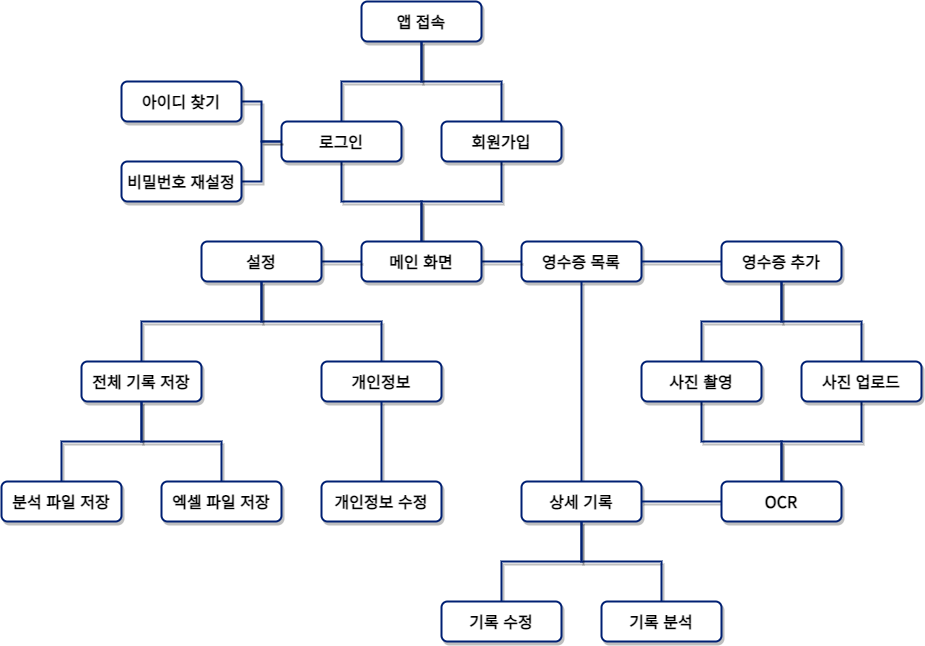
The draw.io diagram imgs/flow.png in Receipt-Information-Parser/Service, before a commit. Source tidied: cells renumbered, new cells last; positions are measured from the earlier drawing's top-left corner, leaving out a move shared by most shapes.
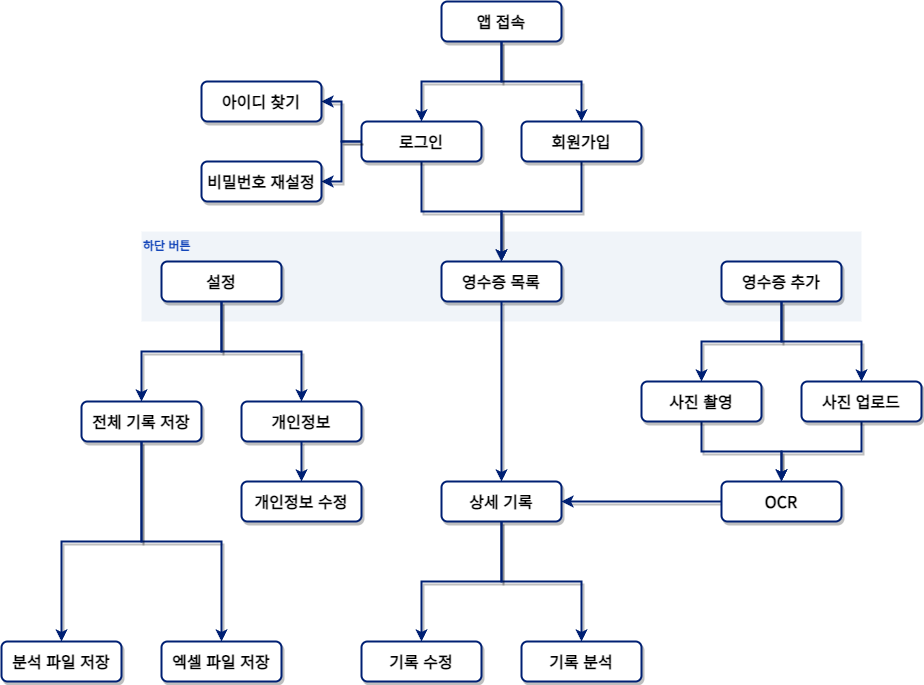
Above is the later version.

Commit message:
fix(properties): update flow images

Diff of the diagram source:
```diff
@@ -2,131 +2,125 @@
   <root>
     <mxCell id="0" />
     <mxCell id="1" parent="0" />
+    <mxCell id="44" style="rounded=0;whiteSpace=wrap;html=1;fillColor=#f0f4f9;strokeColor=none;" parent="1" vertex="1">
+      <mxGeometry x="60" y="230" width="720" height="90" as="geometry" />
+    </mxCell>
     <mxCell id="2" value="&lt;b&gt;&lt;font face=&quot;Noto Sans KR&quot; style=&quot;font-size: 16px;&quot;&gt;앱 접속&lt;/font&gt;&lt;/b&gt;" style="rounded=1;whiteSpace=wrap;html=1;strokeWidth=2;strokeColor=#002073;shadow=1;labelBackgroundColor=default;" parent="1" vertex="1">
       <mxGeometry x="360" width="120" height="40" as="geometry" />
     </mxCell>
-    <mxCell id="3" style="edgeStyle=orthogonalEdgeStyle;rounded=0;jettySize=auto;html=1;endArrow=none;endFill=0;strokeWidth=2;strokeColor=#002073;shadow=1;labelBackgroundColor=default;" parent="1" edge="1" source="5" target="2">
+    <mxCell id="3" style="edgeStyle=orthogonalEdgeStyle;rounded=0;jettySize=auto;html=1;endArrow=none;endFill=0;strokeWidth=2;strokeColor=#002073;shadow=1;labelBackgroundColor=default;startArrow=classic;startFill=1;" parent="1" edge="1" source="5" target="2">
       <mxGeometry relative="1" as="geometry" />
     </mxCell>
-    <mxCell id="4" style="edgeStyle=orthogonalEdgeStyle;rounded=0;jettySize=auto;html=1;endArrow=none;endFill=0;strokeWidth=2;strokeColor=#002073;shadow=1;labelBackgroundColor=default;" parent="1" edge="1" source="5" target="27">
+    <mxCell id="4" style="edgeStyle=orthogonalEdgeStyle;rounded=0;jettySize=auto;html=1;endArrow=classic;endFill=1;strokeWidth=2;strokeColor=#002073;shadow=1;labelBackgroundColor=default;entryX=0.5;entryY=0;entryDx=0;entryDy=0;" parent="1" edge="1" source="5" target="9">
       <mxGeometry relative="1" as="geometry" />
     </mxCell>
     <mxCell id="5" value="&lt;b&gt;&lt;font face=&quot;Noto Sans KR&quot; style=&quot;font-size: 16px;&quot;&gt;회원가입&lt;/font&gt;&lt;/b&gt;" style="rounded=1;whiteSpace=wrap;html=1;strokeWidth=2;strokeColor=#002073;shadow=1;labelBackgroundColor=default;" parent="1" vertex="1">
       <mxGeometry x="440" y="120" width="120" height="40" as="geometry" />
     </mxCell>
-    <mxCell id="6" style="edgeStyle=orthogonalEdgeStyle;rounded=0;jettySize=auto;html=1;endArrow=none;endFill=0;strokeWidth=2;strokeColor=#002073;shadow=1;labelBackgroundColor=default;" parent="1" edge="1" source="8" target="2">
+    <mxCell id="6" style="edgeStyle=orthogonalEdgeStyle;rounded=0;jettySize=auto;html=1;endArrow=none;endFill=0;strokeWidth=2;strokeColor=#002073;shadow=1;labelBackgroundColor=default;startArrow=classic;startFill=1;" parent="1" edge="1" source="8" target="2">
       <mxGeometry relative="1" as="geometry" />
     </mxCell>
-    <mxCell id="7" style="edgeStyle=orthogonalEdgeStyle;rounded=0;jettySize=auto;html=1;endArrow=none;endFill=0;strokeWidth=2;strokeColor=#002073;shadow=1;labelBackgroundColor=default;" parent="1" edge="1" source="8" target="27">
+    <mxCell id="7" style="edgeStyle=orthogonalEdgeStyle;rounded=0;jettySize=auto;html=1;endArrow=classic;endFill=1;strokeWidth=2;strokeColor=#002073;shadow=1;labelBackgroundColor=default;" parent="1" edge="1" source="8" target="9">
       <mxGeometry relative="1" as="geometry" />
     </mxCell>
     <mxCell id="8" value="&lt;b&gt;&lt;font face=&quot;Noto Sans KR&quot; style=&quot;font-size: 16px;&quot;&gt;로그인&lt;/font&gt;&lt;/b&gt;" style="rounded=1;whiteSpace=wrap;html=1;strokeWidth=2;strokeColor=#002073;shadow=1;labelBackgroundColor=default;" parent="1" vertex="1">
       <mxGeometry x="280" y="120" width="120" height="40" as="geometry" />
     </mxCell>
     <mxCell id="9" value="&lt;font face=&quot;Noto Sans KR&quot;&gt;&lt;span style=&quot;font-size: 16px;&quot;&gt;&lt;b&gt;영수증 목록&lt;/b&gt;&lt;/span&gt;&lt;/font&gt;" style="rounded=1;whiteSpace=wrap;html=1;strokeWidth=2;strokeColor=#002073;shadow=1;labelBackgroundColor=default;" parent="1" vertex="1">
-      <mxGeometry x="520" y="240" width="120" height="40" as="geometry" />
+      <mxGeometry x="360" y="260" width="120" height="40" as="geometry" />
     </mxCell>
-    <mxCell id="10" style="edgeStyle=orthogonalEdgeStyle;rounded=0;jettySize=auto;html=1;endArrow=none;endFill=0;strokeWidth=2;strokeColor=#002073;shadow=1;labelBackgroundColor=default;" parent="1" edge="1" source="11" target="9">
-      <mxGeometry relative="1" as="geometry" />
-    </mxCell>
     <mxCell id="11" value="&lt;font face=&quot;Noto Sans KR&quot;&gt;&lt;span style=&quot;font-size: 16px;&quot;&gt;&lt;b&gt;영수증 추가&lt;/b&gt;&lt;/span&gt;&lt;/font&gt;" style="rounded=1;whiteSpace=wrap;html=1;strokeWidth=2;strokeColor=#002073;shadow=1;labelBackgroundColor=default;" parent="1" vertex="1">
-      <mxGeometry x="720" y="240" width="120" height="40" as="geometry" />
+      <mxGeometry x="640" y="260" width="120" height="40" as="geometry" />
     </mxCell>
-    <mxCell id="12" style="edgeStyle=orthogonalEdgeStyle;rounded=0;jettySize=auto;html=1;endArrow=none;endFill=0;strokeWidth=2;strokeColor=#002073;shadow=1;labelBackgroundColor=default;" parent="1" edge="1" source="13" target="9">
+    <mxCell id="12" style="edgeStyle=orthogonalEdgeStyle;rounded=0;jettySize=auto;html=1;endArrow=none;endFill=0;strokeWidth=2;strokeColor=#002073;shadow=1;labelBackgroundColor=default;startArrow=classic;startFill=1;" parent="1" edge="1" source="13" target="9">
       <mxGeometry relative="1" as="geometry" />
     </mxCell>
     <mxCell id="13" value="&lt;font face=&quot;Noto Sans KR&quot;&gt;&lt;span style=&quot;font-size: 16px;&quot;&gt;&lt;b&gt;상세 기록&lt;br&gt;&lt;/b&gt;&lt;/span&gt;&lt;/font&gt;" style="rounded=1;whiteSpace=wrap;html=1;strokeWidth=2;strokeColor=#002073;shadow=1;labelBackgroundColor=default;" parent="1" vertex="1">
-      <mxGeometry x="520" y="480" width="120" height="40" as="geometry" />
+      <mxGeometry x="360" y="480" width="120" height="40" as="geometry" />
     </mxCell>
-    <mxCell id="14" style="edgeStyle=orthogonalEdgeStyle;rounded=0;jettySize=auto;html=1;endArrow=none;endFill=0;strokeWidth=2;strokeColor=#002073;shadow=1;labelBackgroundColor=default;" parent="1" edge="1" source="16" target="11">
+    <mxCell id="14" style="edgeStyle=orthogonalEdgeStyle;rounded=0;jettySize=auto;html=1;endArrow=none;endFill=0;strokeWidth=2;strokeColor=#002073;shadow=1;labelBackgroundColor=default;startArrow=classic;startFill=1;exitX=0.5;exitY=0;exitDx=0;exitDy=0;" parent="1" edge="1" source="16" target="11">
       <mxGeometry relative="1" as="geometry" />
     </mxCell>
-    <mxCell id="15" style="edgeStyle=orthogonalEdgeStyle;rounded=0;jettySize=auto;html=1;endArrow=none;endFill=0;strokeWidth=2;strokeColor=#002073;shadow=1;labelBackgroundColor=default;" parent="1" edge="1" source="16" target="21">
+    <mxCell id="15" style="edgeStyle=orthogonalEdgeStyle;rounded=0;jettySize=auto;html=1;endArrow=classic;endFill=1;strokeWidth=2;strokeColor=#002073;shadow=1;labelBackgroundColor=default;exitX=0.5;exitY=1;exitDx=0;exitDy=0;" parent="1" edge="1" source="16" target="21">
       <mxGeometry relative="1" as="geometry" />
     </mxCell>
     <mxCell id="16" value="&lt;font face=&quot;Noto Sans KR&quot;&gt;&lt;span style=&quot;font-size: 16px;&quot;&gt;&lt;b&gt;사진 촬영&lt;/b&gt;&lt;/span&gt;&lt;/font&gt;" style="rounded=1;whiteSpace=wrap;html=1;strokeWidth=2;strokeColor=#002073;shadow=1;labelBackgroundColor=default;" parent="1" vertex="1">
-      <mxGeometry x="640" y="360" width="120" height="40" as="geometry" />
+      <mxGeometry x="560" y="380" width="120" height="40" as="geometry" />
     </mxCell>
-    <mxCell id="17" style="edgeStyle=orthogonalEdgeStyle;rounded=0;jettySize=auto;html=1;endArrow=none;endFill=0;strokeWidth=2;strokeColor=#002073;shadow=1;labelBackgroundColor=default;" parent="1" edge="1" source="19" target="11">
+    <mxCell id="17" style="edgeStyle=orthogonalEdgeStyle;rounded=0;jettySize=auto;html=1;endArrow=none;endFill=0;strokeWidth=2;strokeColor=#002073;shadow=1;labelBackgroundColor=default;startArrow=classic;startFill=1;" parent="1" edge="1" source="19" target="11">
       <mxGeometry relative="1" as="geometry" />
     </mxCell>
-    <mxCell id="18" style="edgeStyle=orthogonalEdgeStyle;rounded=0;jettySize=auto;html=1;endArrow=none;endFill=0;strokeWidth=2;strokeColor=#002073;shadow=1;labelBackgroundColor=default;" parent="1" edge="1" source="19" target="21">
+    <mxCell id="18" style="edgeStyle=orthogonalEdgeStyle;rounded=0;jettySize=auto;html=1;endArrow=classic;endFill=1;strokeWidth=2;strokeColor=#002073;shadow=1;labelBackgroundColor=default;" parent="1" edge="1" source="19" target="21">
       <mxGeometry relative="1" as="geometry" />
     </mxCell>
     <mxCell id="19" value="&lt;font face=&quot;Noto Sans KR&quot;&gt;&lt;span style=&quot;font-size: 16px;&quot;&gt;&lt;b&gt;사진 업로드&lt;/b&gt;&lt;/span&gt;&lt;/font&gt;" style="rounded=1;whiteSpace=wrap;html=1;strokeWidth=2;strokeColor=#002073;shadow=1;labelBackgroundColor=default;" parent="1" vertex="1">
-      <mxGeometry x="800" y="360" width="120" height="40" as="geometry" />
+      <mxGeometry x="720" y="380" width="120" height="40" as="geometry" />
     </mxCell>
-    <mxCell id="20" style="edgeStyle=orthogonalEdgeStyle;rounded=0;jettySize=auto;html=1;endArrow=none;endFill=0;strokeWidth=2;strokeColor=#002073;shadow=1;labelBackgroundColor=default;" parent="1" edge="1" source="21" target="13">
+    <mxCell id="20" style="edgeStyle=orthogonalEdgeStyle;rounded=0;jettySize=auto;html=1;endArrow=classic;endFill=1;strokeWidth=2;strokeColor=#002073;shadow=1;labelBackgroundColor=default;entryX=1;entryY=0.5;entryDx=0;entryDy=0;" parent="1" edge="1" source="21" target="13">
       <mxGeometry relative="1" as="geometry" />
     </mxCell>
     <mxCell id="21" value="&lt;font face=&quot;Noto Sans KR&quot;&gt;&lt;span style=&quot;font-size: 16px;&quot;&gt;&lt;b&gt;OCR&lt;/b&gt;&lt;/span&gt;&lt;/font&gt;" style="rounded=1;whiteSpace=wrap;html=1;strokeWidth=2;strokeColor=#002073;shadow=1;labelBackgroundColor=default;" parent="1" vertex="1">
-      <mxGeometry x="720" y="480" width="120" height="40" as="geometry" />
+      <mxGeometry x="640" y="480" width="120" height="40" as="geometry" />
     </mxCell>
-    <mxCell id="22" style="edgeStyle=orthogonalEdgeStyle;rounded=0;jettySize=auto;html=1;endArrow=none;endFill=0;strokeWidth=2;strokeColor=#002073;shadow=1;labelBackgroundColor=default;" parent="1" edge="1" source="23" target="13">
+    <mxCell id="22" style="edgeStyle=orthogonalEdgeStyle;rounded=0;jettySize=auto;html=1;endArrow=none;endFill=0;strokeWidth=2;strokeColor=#002073;shadow=1;labelBackgroundColor=default;startArrow=classic;startFill=1;" parent="1" edge="1" source="23" target="13">
       <mxGeometry relative="1" as="geometry" />
     </mxCell>
     <mxCell id="23" value="&lt;font face=&quot;Noto Sans KR&quot;&gt;&lt;span style=&quot;font-size: 16px;&quot;&gt;&lt;b&gt;기록 분석&lt;br&gt;&lt;/b&gt;&lt;/span&gt;&lt;/font&gt;" style="rounded=1;whiteSpace=wrap;html=1;strokeWidth=2;strokeColor=#002073;shadow=1;labelBackgroundColor=default;" parent="1" vertex="1">
-      <mxGeometry x="600" y="600" width="120" height="40" as="geometry" />
+      <mxGeometry x="440" y="640" width="120" height="40" as="geometry" />
     </mxCell>
-    <mxCell id="24" style="edgeStyle=orthogonalEdgeStyle;rounded=0;jettySize=auto;html=1;endArrow=none;endFill=0;strokeWidth=2;strokeColor=#002073;shadow=1;labelBackgroundColor=default;" parent="1" edge="1" source="25" target="13">
+    <mxCell id="24" style="edgeStyle=orthogonalEdgeStyle;rounded=0;jettySize=auto;html=1;endArrow=none;endFill=0;strokeWidth=2;strokeColor=#002073;shadow=1;labelBackgroundColor=default;startArrow=classic;startFill=1;" parent="1" edge="1" source="25" target="13">
       <mxGeometry relative="1" as="geometry" />
     </mxCell>
     <mxCell id="25" value="&lt;font face=&quot;Noto Sans KR&quot;&gt;&lt;span style=&quot;font-size: 16px;&quot;&gt;&lt;b&gt;기록 수정&lt;br&gt;&lt;/b&gt;&lt;/span&gt;&lt;/font&gt;" style="rounded=1;whiteSpace=wrap;html=1;strokeWidth=2;strokeColor=#002073;shadow=1;labelBackgroundColor=default;" parent="1" vertex="1">
-      <mxGeometry x="440" y="600" width="120" height="40" as="geometry" />
+      <mxGeometry x="280" y="640" width="120" height="40" as="geometry" />
     </mxCell>
-    <mxCell id="26" style="edgeStyle=orthogonalEdgeStyle;rounded=0;jettySize=auto;html=1;endArrow=none;endFill=0;strokeWidth=2;strokeColor=#002073;shadow=1;labelBackgroundColor=default;" parent="1" edge="1" source="27" target="9">
-      <mxGeometry relative="1" as="geometry" />
-    </mxCell>
-    <mxCell id="27" value="&lt;font face=&quot;Noto Sans KR&quot;&gt;&lt;span style=&quot;font-size: 16px;&quot;&gt;&lt;b&gt;메인 화면&lt;/b&gt;&lt;/span&gt;&lt;/font&gt;" style="rounded=1;whiteSpace=wrap;html=1;strokeWidth=2;strokeColor=#002073;shadow=1;labelBackgroundColor=default;" parent="1" vertex="1">
-      <mxGeometry x="360" y="240" width="120" height="40" as="geometry" />
-    </mxCell>
-    <mxCell id="28" style="edgeStyle=orthogonalEdgeStyle;rounded=0;jettySize=auto;html=1;endArrow=none;endFill=0;strokeWidth=2;strokeColor=#002073;shadow=1;labelBackgroundColor=default;" parent="1" edge="1" source="29" target="8">
+    <mxCell id="28" style="edgeStyle=orthogonalEdgeStyle;rounded=0;jettySize=auto;html=1;endArrow=none;endFill=0;strokeWidth=2;strokeColor=#002073;shadow=1;labelBackgroundColor=default;startArrow=classic;startFill=1;" parent="1" edge="1" source="29" target="8">
       <mxGeometry relative="1" as="geometry" />
     </mxCell>
     <mxCell id="29" value="&lt;font face=&quot;Noto Sans KR&quot;&gt;&lt;span style=&quot;font-size: 16px;&quot;&gt;&lt;b&gt;비밀번호 재설정&lt;/b&gt;&lt;/span&gt;&lt;/font&gt;" style="rounded=1;whiteSpace=wrap;html=1;strokeWidth=2;strokeColor=#002073;shadow=1;labelBackgroundColor=default;" parent="1" vertex="1">
       <mxGeometry x="120" y="160" width="120" height="40" as="geometry" />
     </mxCell>
-    <mxCell id="30" style="edgeStyle=orthogonalEdgeStyle;rounded=0;jettySize=auto;html=1;endArrow=none;endFill=0;strokeWidth=2;strokeColor=#002073;shadow=1;labelBackgroundColor=default;" parent="1" edge="1" source="31" target="8">
+    <mxCell id="30" style="edgeStyle=orthogonalEdgeStyle;rounded=0;jettySize=auto;html=1;endArrow=none;endFill=0;strokeWidth=2;strokeColor=#002073;shadow=1;labelBackgroundColor=default;startArrow=classic;startFill=1;" parent="1" edge="1" source="31" target="8">
       <mxGeometry relative="1" as="geometry" />
     </mxCell>
     <mxCell id="31" value="&lt;font face=&quot;Noto Sans KR&quot;&gt;&lt;span style=&quot;font-size: 16px;&quot;&gt;&lt;b&gt;아이디 찾기&lt;/b&gt;&lt;/span&gt;&lt;/font&gt;" style="rounded=1;whiteSpace=wrap;html=1;strokeWidth=2;strokeColor=#002073;shadow=1;labelBackgroundColor=default;" parent="1" vertex="1">
       <mxGeometry x="120" y="80" width="120" height="40" as="geometry" />
     </mxCell>
-    <mxCell id="32" style="edgeStyle=orthogonalEdgeStyle;rounded=0;jettySize=auto;html=1;endArrow=none;endFill=0;strokeWidth=2;strokeColor=#002073;shadow=1;labelBackgroundColor=default;" parent="1" edge="1" source="33" target="27">
-      <mxGeometry relative="1" as="geometry" />
-    </mxCell>
     <mxCell id="33" value="&lt;font face=&quot;Noto Sans KR&quot;&gt;&lt;span style=&quot;font-size: 16px;&quot;&gt;&lt;b&gt;설정&lt;/b&gt;&lt;/span&gt;&lt;/font&gt;" style="rounded=1;whiteSpace=wrap;html=1;strokeWidth=2;strokeColor=#002073;shadow=1;labelBackgroundColor=default;" parent="1" vertex="1">
-      <mxGeometry x="200" y="240" width="120" height="40" as="geometry" />
+      <mxGeometry x="80" y="260" width="120" height="40" as="geometry" />
     </mxCell>
-    <mxCell id="34" style="edgeStyle=orthogonalEdgeStyle;rounded=0;jettySize=auto;html=1;endArrow=none;endFill=0;strokeWidth=2;strokeColor=#002073;shadow=1;labelBackgroundColor=default;" parent="1" edge="1" source="35" target="33">
+    <mxCell id="34" style="edgeStyle=orthogonalEdgeStyle;rounded=0;jettySize=auto;html=1;endArrow=none;endFill=0;strokeWidth=2;strokeColor=#002073;shadow=1;labelBackgroundColor=default;startArrow=classic;startFill=1;" parent="1" edge="1" source="35" target="33">
       <mxGeometry relative="1" as="geometry" />
     </mxCell>
     <mxCell id="35" value="&lt;font face=&quot;Noto Sans KR&quot;&gt;&lt;span style=&quot;font-size: 16px;&quot;&gt;&lt;b&gt;개인정보&lt;/b&gt;&lt;/span&gt;&lt;/font&gt;" style="rounded=1;whiteSpace=wrap;html=1;strokeWidth=2;strokeColor=#002073;shadow=1;labelBackgroundColor=default;" parent="1" vertex="1">
-      <mxGeometry x="320" y="360" width="120" height="40" as="geometry" />
+      <mxGeometry x="160" y="400" width="120" height="40" as="geometry" />
     </mxCell>
-    <mxCell id="36" style="edgeStyle=orthogonalEdgeStyle;rounded=0;jettySize=auto;html=1;endArrow=none;endFill=0;strokeWidth=2;strokeColor=#002073;shadow=1;labelBackgroundColor=default;" parent="1" edge="1" source="37" target="33">
+    <mxCell id="36" style="edgeStyle=orthogonalEdgeStyle;rounded=0;jettySize=auto;html=1;endArrow=none;endFill=0;strokeWidth=2;strokeColor=#002073;shadow=1;labelBackgroundColor=default;startArrow=classic;startFill=1;" parent="1" edge="1" source="37" target="33">
       <mxGeometry relative="1" as="geometry" />
     </mxCell>
     <mxCell id="37" value="&lt;font face=&quot;Noto Sans KR&quot;&gt;&lt;span style=&quot;font-size: 16px;&quot;&gt;&lt;b&gt;전체 기록 저장&lt;/b&gt;&lt;/span&gt;&lt;/font&gt;" style="rounded=1;whiteSpace=wrap;html=1;strokeWidth=2;strokeColor=#002073;shadow=1;labelBackgroundColor=default;" parent="1" vertex="1">
-      <mxGeometry x="80" y="360" width="120" height="40" as="geometry" />
+      <mxGeometry y="400" width="120" height="40" as="geometry" />
     </mxCell>
-    <mxCell id="38" style="edgeStyle=orthogonalEdgeStyle;rounded=0;jettySize=auto;html=1;endArrow=none;endFill=0;strokeWidth=2;strokeColor=#002073;shadow=1;labelBackgroundColor=default;" parent="1" edge="1" source="39" target="35">
+    <mxCell id="38" style="edgeStyle=orthogonalEdgeStyle;rounded=0;jettySize=auto;html=1;endArrow=none;endFill=0;strokeWidth=2;strokeColor=#002073;shadow=1;labelBackgroundColor=default;startArrow=classic;startFill=1;" parent="1" edge="1" source="39" target="35">
       <mxGeometry relative="1" as="geometry" />
     </mxCell>
     <mxCell id="39" value="&lt;font face=&quot;Noto Sans KR&quot;&gt;&lt;span style=&quot;font-size: 16px;&quot;&gt;&lt;b&gt;개인정보 수정&lt;/b&gt;&lt;/span&gt;&lt;/font&gt;" style="rounded=1;whiteSpace=wrap;html=1;strokeWidth=2;strokeColor=#002073;shadow=1;labelBackgroundColor=default;" parent="1" vertex="1">
-      <mxGeometry x="320" y="480" width="120" height="40" as="geometry" />
+      <mxGeometry x="160" y="480" width="120" height="40" as="geometry" />
     </mxCell>
-    <mxCell id="40" style="edgeStyle=orthogonalEdgeStyle;rounded=0;jettySize=auto;html=1;endArrow=none;endFill=0;strokeWidth=2;strokeColor=#002073;shadow=1;labelBackgroundColor=default;" parent="1" edge="1" source="41" target="37">
+    <mxCell id="40" style="edgeStyle=orthogonalEdgeStyle;rounded=0;jettySize=auto;html=1;endArrow=none;endFill=0;strokeWidth=2;strokeColor=#002073;shadow=1;labelBackgroundColor=default;startArrow=classic;startFill=1;" parent="1" edge="1" source="41" target="37">
       <mxGeometry relative="1" as="geometry" />
     </mxCell>
     <mxCell id="41" value="&lt;font face=&quot;Noto Sans KR&quot;&gt;&lt;span style=&quot;font-size: 16px;&quot;&gt;&lt;b&gt;엑셀 파일 저장&lt;/b&gt;&lt;/span&gt;&lt;/font&gt;" style="rounded=1;whiteSpace=wrap;html=1;strokeWidth=2;strokeColor=#002073;shadow=1;labelBackgroundColor=default;" parent="1" vertex="1">
-      <mxGeometry x="160" y="480" width="120" height="40" as="geometry" />
+      <mxGeometry x="80" y="640" width="120" height="40" as="geometry" />
     </mxCell>
-    <mxCell id="42" style="edgeStyle=orthogonalEdgeStyle;rounded=0;jettySize=auto;html=1;endArrow=none;endFill=0;strokeWidth=2;strokeColor=#002073;shadow=1;labelBackgroundColor=default;" parent="1" edge="1" source="43" target="37">
+    <mxCell id="42" style="edgeStyle=orthogonalEdgeStyle;rounded=0;jettySize=auto;html=1;endArrow=none;endFill=0;strokeWidth=2;strokeColor=#002073;shadow=1;labelBackgroundColor=default;startArrow=classic;startFill=1;" parent="1" edge="1" source="43" target="37">
       <mxGeometry relative="1" as="geometry" />
     </mxCell>
     <mxCell id="43" value="&lt;font face=&quot;Noto Sans KR&quot;&gt;&lt;span style=&quot;font-size: 16px;&quot;&gt;&lt;b&gt;분석 파일 저장&lt;/b&gt;&lt;/span&gt;&lt;/font&gt;" style="rounded=1;whiteSpace=wrap;html=1;strokeWidth=2;strokeColor=#002073;shadow=1;labelBackgroundColor=default;" parent="1" vertex="1">
-      <mxGeometry y="480" width="120" height="40" as="geometry" />
+      <mxGeometry x="-80" y="640" width="120" height="40" as="geometry" />
     </mxCell>
+    <mxCell id="45" value="&lt;b style=&quot;border-color: var(--border-color); font-family: &amp;quot;Noto Sans KR&amp;quot;; font-style: normal; font-variant-ligatures: normal; font-variant-caps: normal; letter-spacing: normal; orphans: 2; text-align: center; text-indent: 0px; text-transform: none; widows: 2; word-spacing: 0px; -webkit-text-stroke-width: 0px; text-decoration-thickness: initial; text-decoration-style: initial; text-decoration-color: initial; background-color: rgb(240, 244, 249);&quot;&gt;&lt;font style=&quot;font-size: 12px;&quot; color=&quot;#1345b9&quot;&gt;하단 버튼&lt;/font&gt;&lt;/b&gt;" style="text;whiteSpace=wrap;html=1;fillColor=none;" parent="1" vertex="1">
+      <mxGeometry x="60" y="230" width="70" height="30" as="geometry" />
+    </mxCell>
   </root>
 </mxGraphModel>
```
